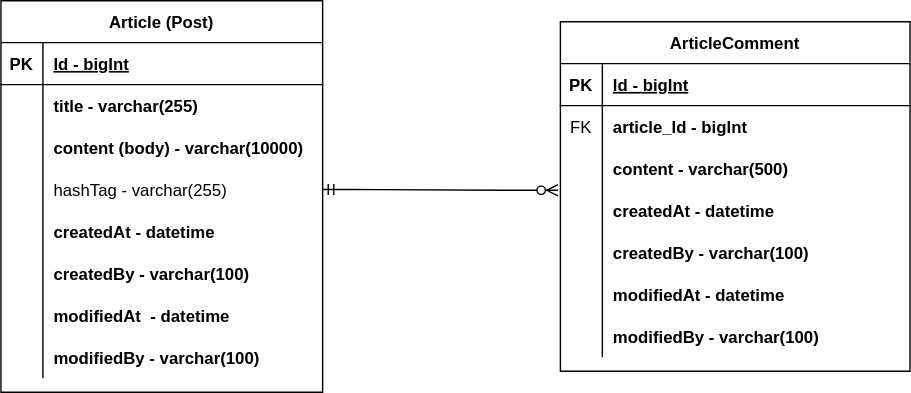
Earlier version of the draw.io export folder/projects/Course Project/Bulletin board service/document/project-board-erd.svg (myprinciples40/MyPortfolio). Source tidied: cells renumbered, new cells last; positions are measured from the earlier drawing's top-left corner, leaving out a move shared by most shapes.
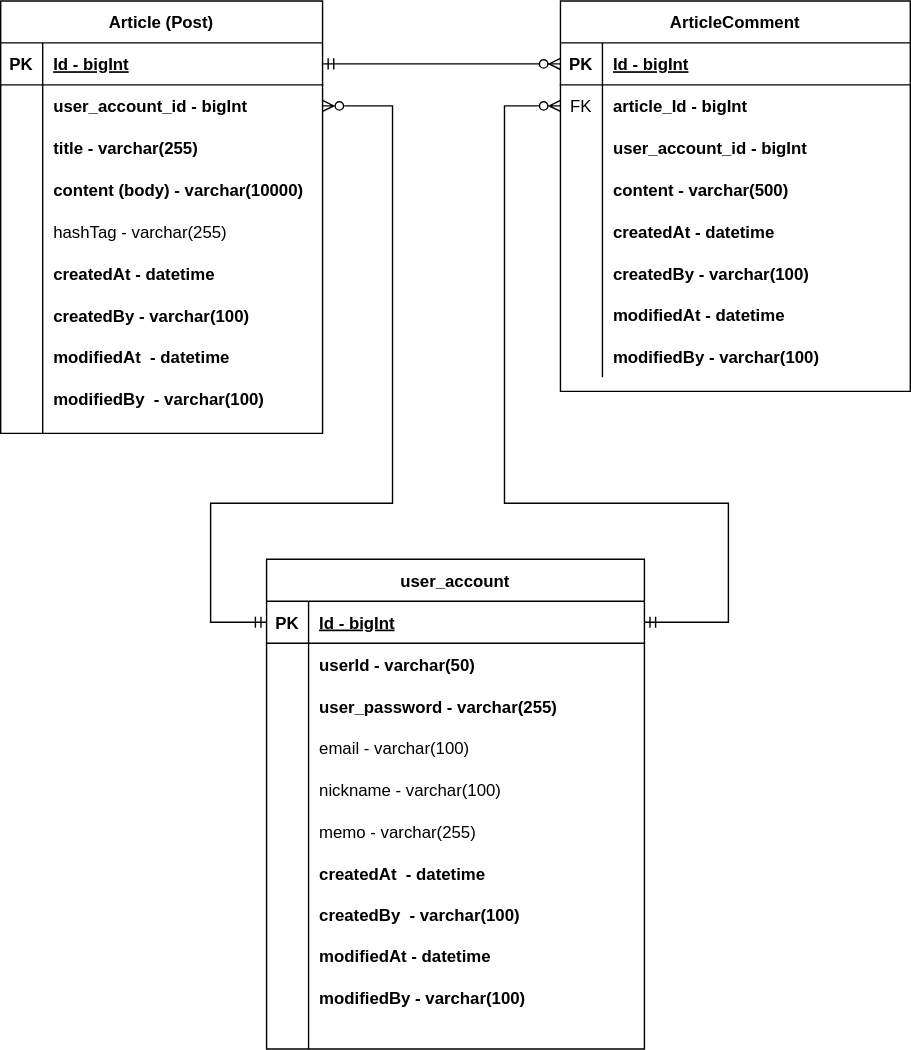
Above is the later version.

Change to the diagram source:
```diff
@@ -2,11 +2,11 @@
   <root>
     <mxCell id="0" />
     <mxCell id="1" parent="0" />
-    <mxCell id="2" style="edgeStyle=entityRelationEdgeStyle;endArrow=ERzeroToMany;startArrow=ERmandOne;endFill=1;startFill=0;exitX=1;exitY=0.5;exitDx=0;exitDy=0;entryX=-0.007;entryY=1.019;entryDx=0;entryDy=0;entryPerimeter=0;" parent="1" edge="1" source="35" target="10">
+    <mxCell id="2" style="edgeStyle=entityRelationEdgeStyle;endArrow=ERzeroToMany;startArrow=ERmandOne;endFill=1;startFill=0;exitX=1;exitY=0.5;exitDx=0;exitDy=0;entryX=0;entryY=0.5;entryDx=0;entryDy=0;" parent="1" edge="1" source="26" target="4">
       <mxGeometry relative="1" as="geometry" />
     </mxCell>
     <mxCell id="3" value="ArticleComment" style="shape=table;startSize=30;rowLines=0;fontStyle=1;align=center;" parent="1" vertex="1">
-      <mxGeometry x="400" y="15" width="250" height="250" as="geometry" />
+      <mxGeometry x="400" y="-39" width="250" height="279" as="geometry" />
     </mxCell>
     <mxCell id="4" style="shape=partialRectangle;fillColor=none;points=[[0,0.5],[1,0.5]];portConstraint=eastwest;top=0;left=0;right=0;bottom=1;" parent="3" vertex="1">
       <mxGeometry y="30" width="250" height="30" as="geometry" />
@@ -32,7 +32,7 @@
     <mxCell id="11" style="shape=partialRectangle;overflow=hidden;fillColor=none;top=0;left=0;bottom=0;right=0;" parent="10" vertex="1">
       <mxGeometry width="30" height="30" as="geometry" />
     </mxCell>
-    <mxCell id="12" value="content - varchar(500)" style="shape=partialRectangle;overflow=hidden;fillColor=none;top=0;left=0;bottom=0;right=0;align=left;spacingLeft=6;fontStyle=1;" parent="10" vertex="1">
+    <mxCell id="12" value="user_account_id - bigInt" style="shape=partialRectangle;overflow=hidden;fillColor=none;top=0;left=0;bottom=0;right=0;align=left;spacingLeft=6;fontStyle=1;" parent="10" vertex="1">
       <mxGeometry x="30" width="220" height="30" as="geometry" />
     </mxCell>
     <mxCell id="13" style="shape=partialRectangle;fillColor=none;top=0;left=0;right=0;bottom=0;fontStyle=1;" parent="3" vertex="1">
@@ -41,7 +41,7 @@
     <mxCell id="14" style="shape=partialRectangle;overflow=hidden;fillColor=none;top=0;left=0;bottom=0;right=0;" parent="13" vertex="1">
       <mxGeometry width="30" height="30" as="geometry" />
     </mxCell>
-    <mxCell id="15" value="createdAt - datetime" style="shape=partialRectangle;overflow=hidden;fillColor=none;top=0;left=0;bottom=0;right=0;align=left;spacingLeft=6;fontStyle=1;" parent="13" vertex="1">
+    <mxCell id="15" value="content - varchar(500)" style="shape=partialRectangle;overflow=hidden;fillColor=none;top=0;left=0;bottom=0;right=0;align=left;spacingLeft=6;fontStyle=1;" parent="13" vertex="1">
       <mxGeometry x="30" width="220" height="30" as="geometry" />
     </mxCell>
     <mxCell id="16" style="shape=partialRectangle;fillColor=none;top=0;left=0;right=0;bottom=0;fontStyle=1;" parent="3" vertex="1">
@@ -50,7 +50,7 @@
     <mxCell id="17" style="shape=partialRectangle;overflow=hidden;fillColor=none;top=0;left=0;bottom=0;right=0;" parent="16" vertex="1">
       <mxGeometry width="30" height="30" as="geometry" />
     </mxCell>
-    <mxCell id="18" value="createdBy - varchar(100)" style="shape=partialRectangle;overflow=hidden;fillColor=none;top=0;left=0;bottom=0;right=0;align=left;spacingLeft=6;fontStyle=1;" parent="16" vertex="1">
+    <mxCell id="18" value="createdAt - datetime" style="shape=partialRectangle;overflow=hidden;fillColor=none;top=0;left=0;bottom=0;right=0;align=left;spacingLeft=6;fontStyle=1;" parent="16" vertex="1">
       <mxGeometry x="30" width="220" height="30" as="geometry" />
     </mxCell>
     <mxCell id="19" style="shape=partialRectangle;fillColor=none;top=0;left=0;right=0;bottom=0;fontStyle=1;" parent="3" vertex="1">
@@ -59,20 +59,20 @@
     <mxCell id="20" style="shape=partialRectangle;overflow=hidden;fillColor=none;top=0;left=0;bottom=0;right=0;" parent="19" vertex="1">
       <mxGeometry width="30" height="30" as="geometry" />
     </mxCell>
-    <mxCell id="21" value="modifiedAt - datetime" style="shape=partialRectangle;overflow=hidden;fillColor=none;top=0;left=0;bottom=0;right=0;align=left;spacingLeft=6;fontStyle=1;" parent="19" vertex="1">
+    <mxCell id="21" value="createdBy - varchar(100)" style="shape=partialRectangle;overflow=hidden;fillColor=none;top=0;left=0;bottom=0;right=0;align=left;spacingLeft=6;fontStyle=1;" parent="19" vertex="1">
       <mxGeometry x="30" width="220" height="30" as="geometry" />
     </mxCell>
     <mxCell id="22" style="shape=partialRectangle;fillColor=none;top=0;left=0;right=0;bottom=0;fontStyle=1;" parent="3" vertex="1">
-      <mxGeometry y="210" width="250" height="30" as="geometry" />
+      <mxGeometry y="210" width="250" height="59" as="geometry" />
     </mxCell>
     <mxCell id="23" style="shape=partialRectangle;overflow=hidden;fillColor=none;top=0;left=0;bottom=0;right=0;" parent="22" vertex="1">
-      <mxGeometry width="30" height="30" as="geometry" />
+      <mxGeometry width="30" height="59" as="geometry" />
     </mxCell>
-    <mxCell id="24" value="modifiedBy - varchar(100)" style="shape=partialRectangle;overflow=hidden;fillColor=none;top=0;left=0;bottom=0;right=0;align=left;spacingLeft=6;fontStyle=1;" parent="22" vertex="1">
-      <mxGeometry x="30" width="220" height="30" as="geometry" />
+    <mxCell id="24" style="shape=partialRectangle;overflow=hidden;fillColor=none;top=0;left=0;bottom=0;right=0;align=left;spacingLeft=6;fontStyle=1;" parent="22" vertex="1">
+      <mxGeometry x="30" width="220" height="59" as="geometry" />
     </mxCell>
     <mxCell id="25" value="Article (Post)" style="shape=table;startSize=30;rowLines=0;fontStyle=1;align=center;" parent="1" vertex="1">
-      <mxGeometry width="230" height="280" as="geometry" />
+      <mxGeometry y="-39" width="230" height="309" as="geometry" />
     </mxCell>
     <mxCell id="26" style="shape=partialRectangle;fillColor=none;points=[[0,0.5],[1,0.5]];portConstraint=eastwest;top=0;left=0;right=0;bottom=1;" parent="25" vertex="1">
       <mxGeometry y="30" width="230" height="30" as="geometry" />
@@ -89,7 +89,7 @@
     <mxCell id="30" style="shape=partialRectangle;overflow=hidden;fillColor=none;top=0;left=0;bottom=0;right=0;" parent="29" vertex="1">
       <mxGeometry width="30" height="30" as="geometry" />
     </mxCell>
-    <mxCell id="31" value="title - varchar(255)" style="shape=partialRectangle;overflow=hidden;fillColor=none;top=0;left=0;bottom=0;right=0;align=left;spacingLeft=6;fontStyle=1;" parent="29" vertex="1">
+    <mxCell id="31" value="user_account_id - bigInt" style="shape=partialRectangle;overflow=hidden;fillColor=none;top=0;left=0;bottom=0;right=0;align=left;spacingLeft=6;fontStyle=1;" parent="29" vertex="1">
       <mxGeometry x="30" width="200" height="30" as="geometry" />
     </mxCell>
     <mxCell id="32" style="shape=partialRectangle;fillColor=none;top=0;left=0;right=0;bottom=0;" parent="25" vertex="1">
@@ -98,7 +98,7 @@
     <mxCell id="33" style="shape=partialRectangle;overflow=hidden;fillColor=none;top=0;left=0;bottom=0;right=0;" parent="32" vertex="1">
       <mxGeometry width="30" height="30" as="geometry" />
     </mxCell>
-    <mxCell id="34" value="content (body) - varchar(10000)" style="shape=partialRectangle;overflow=hidden;fillColor=none;top=0;left=0;bottom=0;right=0;align=left;spacingLeft=6;fontStyle=1;" parent="32" vertex="1">
+    <mxCell id="34" value="title - varchar(255)" style="shape=partialRectangle;overflow=hidden;fillColor=none;top=0;left=0;bottom=0;right=0;align=left;spacingLeft=6;fontStyle=1;" parent="32" vertex="1">
       <mxGeometry x="30" width="200" height="30" as="geometry" />
     </mxCell>
     <mxCell id="35" style="shape=partialRectangle;fillColor=none;points=[[0,0.5],[1,0.5]];portConstraint=eastwest;top=0;left=0;right=0;bottom=0;fontStyle=1;" parent="25" vertex="1">
@@ -107,7 +107,7 @@
     <mxCell id="36" style="shape=partialRectangle;overflow=hidden;fillColor=none;top=0;left=0;bottom=0;right=0;" parent="35" vertex="1">
       <mxGeometry width="30" height="30" as="geometry" />
     </mxCell>
-    <mxCell id="37" value="hashTag - varchar(255)" style="shape=partialRectangle;overflow=hidden;fillColor=none;top=0;left=0;bottom=0;right=0;align=left;spacingLeft=6;fontStyle=0;" parent="35" vertex="1">
+    <mxCell id="37" value="content (body) - varchar(10000)" style="shape=partialRectangle;overflow=hidden;fillColor=none;top=0;left=0;bottom=0;right=0;align=left;spacingLeft=6;fontStyle=1;" parent="35" vertex="1">
       <mxGeometry x="30" width="200" height="30" as="geometry" />
     </mxCell>
     <mxCell id="38" style="shape=partialRectangle;fillColor=none;top=0;left=0;right=0;bottom=0;" parent="25" vertex="1">
@@ -116,7 +116,7 @@
     <mxCell id="39" style="shape=partialRectangle;overflow=hidden;fillColor=none;top=0;left=0;bottom=0;right=0;" parent="38" vertex="1">
       <mxGeometry width="30" height="30" as="geometry" />
     </mxCell>
-    <mxCell id="40" value="createdAt - datetime" style="shape=partialRectangle;overflow=hidden;fillColor=none;top=0;left=0;bottom=0;right=0;align=left;spacingLeft=6;fontStyle=1;" parent="38" vertex="1">
+    <mxCell id="40" value="hashTag - varchar(255)" style="shape=partialRectangle;overflow=hidden;fillColor=none;top=0;left=0;bottom=0;right=0;align=left;spacingLeft=6;fontStyle=0;" parent="38" vertex="1">
       <mxGeometry x="30" width="200" height="30" as="geometry" />
     </mxCell>
     <mxCell id="41" style="shape=partialRectangle;fillColor=none;top=0;left=0;right=0;bottom=0;" parent="25" vertex="1">
@@ -125,7 +125,7 @@
     <mxCell id="42" style="shape=partialRectangle;overflow=hidden;fillColor=none;top=0;left=0;bottom=0;right=0;" parent="41" vertex="1">
       <mxGeometry width="30" height="30" as="geometry" />
     </mxCell>
-    <mxCell id="43" value="createdBy - varchar(100)" style="shape=partialRectangle;overflow=hidden;fillColor=none;top=0;left=0;bottom=0;right=0;align=left;spacingLeft=6;fontStyle=1;" parent="41" vertex="1">
+    <mxCell id="43" value="createdAt - datetime" style="shape=partialRectangle;overflow=hidden;fillColor=none;top=0;left=0;bottom=0;right=0;align=left;spacingLeft=6;fontStyle=1;" parent="41" vertex="1">
       <mxGeometry x="30" width="200" height="30" as="geometry" />
     </mxCell>
     <mxCell id="44" style="shape=partialRectangle;fillColor=none;top=0;left=0;right=0;bottom=0;" parent="25" vertex="1">
@@ -134,17 +134,133 @@
     <mxCell id="45" style="shape=partialRectangle;overflow=hidden;fillColor=none;top=0;left=0;bottom=0;right=0;" parent="44" vertex="1">
       <mxGeometry width="30" height="30" as="geometry" />
     </mxCell>
-    <mxCell id="46" value="modifiedAt  - datetime" style="shape=partialRectangle;overflow=hidden;fillColor=none;top=0;left=0;bottom=0;right=0;align=left;spacingLeft=6;fontStyle=1;" parent="44" vertex="1">
+    <mxCell id="46" value="createdBy - varchar(100)" style="shape=partialRectangle;overflow=hidden;fillColor=none;top=0;left=0;bottom=0;right=0;align=left;spacingLeft=6;fontStyle=1;" parent="44" vertex="1">
       <mxGeometry x="30" width="200" height="30" as="geometry" />
     </mxCell>
     <mxCell id="47" style="shape=partialRectangle;fillColor=none;top=0;left=0;right=0;bottom=0;" parent="25" vertex="1">
-      <mxGeometry y="240" width="230" height="30" as="geometry" />
+      <mxGeometry y="240" width="230" height="69" as="geometry" />
     </mxCell>
     <mxCell id="48" style="shape=partialRectangle;overflow=hidden;fillColor=none;top=0;left=0;bottom=0;right=0;" parent="47" vertex="1">
-      <mxGeometry width="30" height="30" as="geometry" />
+      <mxGeometry width="30" height="69" as="geometry" />
     </mxCell>
-    <mxCell id="49" value="modifiedBy - varchar(100)" style="shape=partialRectangle;overflow=hidden;fillColor=none;top=0;left=0;bottom=0;right=0;align=left;spacingLeft=6;fontStyle=1;" parent="47" vertex="1">
-      <mxGeometry x="30" width="200" height="30" as="geometry" />
+    <mxCell id="49" style="shape=partialRectangle;overflow=hidden;fillColor=none;top=0;left=0;bottom=0;right=0;align=left;spacingLeft=6;fontStyle=1;" parent="47" vertex="1">
+      <mxGeometry x="30" width="200" height="69" as="geometry" />
     </mxCell>
+    <mxCell id="50" value="user_account" style="shape=table;startSize=30;rowLines=0;fontStyle=1;align=center;" parent="1" vertex="1">
+      <mxGeometry x="190" y="360" width="270" height="350" as="geometry" />
+    </mxCell>
+    <mxCell id="51" style="shape=partialRectangle;fillColor=none;points=[[0,0.5],[1,0.5]];portConstraint=eastwest;top=0;left=0;right=0;bottom=1;" parent="50" vertex="1">
+      <mxGeometry y="30" width="270" height="30" as="geometry" />
+    </mxCell>
+    <mxCell id="52" value="PK" style="shape=partialRectangle;overflow=hidden;fillColor=none;top=0;left=0;bottom=0;right=0;fontStyle=1;" parent="51" vertex="1">
+      <mxGeometry width="30" height="30" as="geometry" />
+    </mxCell>
+    <mxCell id="53" value="Id - bigInt" style="shape=partialRectangle;overflow=hidden;fillColor=none;top=0;left=0;bottom=0;right=0;align=left;spacingLeft=6;fontStyle=5;" parent="51" vertex="1">
+      <mxGeometry x="30" width="240" height="30" as="geometry" />
+    </mxCell>
+    <mxCell id="54" style="shape=partialRectangle;fillColor=none;top=0;left=0;right=0;bottom=0;" parent="50" vertex="1">
+      <mxGeometry y="60" width="270" height="30" as="geometry" />
+    </mxCell>
+    <mxCell id="55" style="shape=partialRectangle;overflow=hidden;fillColor=none;top=0;left=0;bottom=0;right=0;" parent="54" vertex="1">
+      <mxGeometry width="30" height="30" as="geometry" />
+    </mxCell>
+    <mxCell id="56" value="userId - varchar(50)" style="shape=partialRectangle;overflow=hidden;fillColor=none;top=0;left=0;bottom=0;right=0;align=left;spacingLeft=6;fontStyle=1;" parent="54" vertex="1">
+      <mxGeometry x="30" width="240" height="30" as="geometry" />
+    </mxCell>
+    <mxCell id="57" style="shape=partialRectangle;fillColor=none;top=0;left=0;right=0;bottom=0;" parent="50" vertex="1">
+      <mxGeometry y="90" width="270" height="30" as="geometry" />
+    </mxCell>
+    <mxCell id="58" style="shape=partialRectangle;overflow=hidden;fillColor=none;top=0;left=0;bottom=0;right=0;" parent="57" vertex="1">
+      <mxGeometry width="30" height="30" as="geometry" />
+    </mxCell>
+    <mxCell id="59" value="user_password - varchar(255)" style="shape=partialRectangle;overflow=hidden;fillColor=none;top=0;left=0;bottom=0;right=0;align=left;spacingLeft=6;fontStyle=1;" parent="57" vertex="1">
+      <mxGeometry x="30" width="240" height="30" as="geometry" />
+    </mxCell>
+    <mxCell id="60" style="shape=partialRectangle;fillColor=none;top=0;left=0;right=0;bottom=0;fontStyle=1;" parent="50" vertex="1">
+      <mxGeometry y="120" width="270" height="30" as="geometry" />
+    </mxCell>
+    <mxCell id="61" style="shape=partialRectangle;overflow=hidden;fillColor=none;top=0;left=0;bottom=0;right=0;" parent="60" vertex="1">
+      <mxGeometry width="30" height="30" as="geometry" />
+    </mxCell>
+    <mxCell id="62" value="email - varchar(100)" style="shape=partialRectangle;overflow=hidden;fillColor=none;top=0;left=0;bottom=0;right=0;align=left;spacingLeft=6;fontStyle=0;" parent="60" vertex="1">
+      <mxGeometry x="30" width="240" height="30" as="geometry" />
+    </mxCell>
+    <mxCell id="63" style="shape=partialRectangle;fillColor=none;top=0;left=0;right=0;bottom=0;" parent="50" vertex="1">
+      <mxGeometry y="150" width="270" height="30" as="geometry" />
+    </mxCell>
+    <mxCell id="64" style="shape=partialRectangle;overflow=hidden;fillColor=none;top=0;left=0;bottom=0;right=0;" parent="63" vertex="1">
+      <mxGeometry width="30" height="30" as="geometry" />
+    </mxCell>
+    <mxCell id="65" value="nickname - varchar(100)" style="shape=partialRectangle;overflow=hidden;fillColor=none;top=0;left=0;bottom=0;right=0;align=left;spacingLeft=6;fontStyle=0;" parent="63" vertex="1">
+      <mxGeometry x="30" width="240" height="30" as="geometry" />
+    </mxCell>
+    <mxCell id="66" style="shape=partialRectangle;fillColor=none;top=0;left=0;right=0;bottom=0;" parent="50" vertex="1">
+      <mxGeometry y="180" width="270" height="30" as="geometry" />
+    </mxCell>
+    <mxCell id="67" style="shape=partialRectangle;overflow=hidden;fillColor=none;top=0;left=0;bottom=0;right=0;" parent="66" vertex="1">
+      <mxGeometry width="30" height="30" as="geometry" />
+    </mxCell>
+    <mxCell id="68" value="memo - varchar(255)" style="shape=partialRectangle;overflow=hidden;fillColor=none;top=0;left=0;bottom=0;right=0;align=left;spacingLeft=6;fontStyle=0;" parent="66" vertex="1">
+      <mxGeometry x="30" width="240" height="30" as="geometry" />
+    </mxCell>
+    <mxCell id="69" style="shape=partialRectangle;fillColor=none;top=0;left=0;right=0;bottom=0;" parent="50" vertex="1">
+      <mxGeometry y="210" width="270" height="30" as="geometry" />
+    </mxCell>
+    <mxCell id="70" style="shape=partialRectangle;overflow=hidden;fillColor=none;top=0;left=0;bottom=0;right=0;" parent="69" vertex="1">
+      <mxGeometry width="30" height="30" as="geometry" />
+    </mxCell>
+    <mxCell id="71" value="createdAt  - datetime" style="shape=partialRectangle;overflow=hidden;fillColor=none;top=0;left=0;bottom=0;right=0;align=left;spacingLeft=6;fontStyle=1;" parent="69" vertex="1">
+      <mxGeometry x="30" width="240" height="30" as="geometry" />
+    </mxCell>
+    <mxCell id="72" style="shape=partialRectangle;fillColor=none;top=0;left=0;right=0;bottom=0;" parent="50" vertex="1">
+      <mxGeometry y="240" width="270" height="110" as="geometry" />
+    </mxCell>
+    <mxCell id="73" style="shape=partialRectangle;overflow=hidden;fillColor=none;top=0;left=0;bottom=0;right=0;" parent="72" vertex="1">
+      <mxGeometry width="30" height="110" as="geometry" />
+    </mxCell>
+    <mxCell id="74" style="shape=partialRectangle;overflow=hidden;fillColor=none;top=0;left=0;bottom=0;right=0;align=left;spacingLeft=6;fontStyle=1;" parent="72" vertex="1">
+      <mxGeometry x="30" width="240" height="110" as="geometry" />
+    </mxCell>
+    <mxCell id="75" value="createdBy  - varchar(100)" style="shape=partialRectangle;overflow=hidden;fillColor=none;top=0;left=0;bottom=0;right=0;align=left;spacingLeft=6;fontStyle=1;" parent="1" vertex="1">
+      <mxGeometry x="220" y="599" width="260" height="30" as="geometry" />
+    </mxCell>
+    <mxCell id="76" value="modifiedAt - datetime" style="shape=partialRectangle;overflow=hidden;fillColor=none;top=0;left=0;bottom=0;right=0;align=left;spacingLeft=6;fontStyle=1;" parent="1" vertex="1">
+      <mxGeometry x="220" y="628" width="260" height="30" as="geometry" />
+    </mxCell>
+    <mxCell id="77" value="modifiedBy - varchar(100)" style="shape=partialRectangle;overflow=hidden;fillColor=none;top=0;left=0;bottom=0;right=0;align=left;spacingLeft=6;fontStyle=1;" parent="1" vertex="1">
+      <mxGeometry x="220" y="658" width="260" height="30" as="geometry" />
+    </mxCell>
+    <mxCell id="78" value="modifiedAt  - datetime" style="shape=partialRectangle;overflow=hidden;fillColor=none;top=0;left=0;bottom=0;right=0;align=left;spacingLeft=6;fontStyle=1;" parent="1" vertex="1">
+      <mxGeometry x="30" y="200" width="200" height="30" as="geometry" />
+    </mxCell>
+    <mxCell id="79" value="modifiedBy  - varchar(100)" style="shape=partialRectangle;overflow=hidden;fillColor=none;top=0;left=0;bottom=0;right=0;align=left;spacingLeft=6;fontStyle=1;" parent="1" vertex="1">
+      <mxGeometry x="30" y="230" width="200" height="30" as="geometry" />
+    </mxCell>
+    <mxCell id="80" style="edgeStyle=orthogonalEdgeStyle;rounded=0;jettySize=auto;html=1;exitX=0;exitY=0.5;exitDx=0;exitDy=0;entryX=1;entryY=0.5;entryDx=0;entryDy=0;startArrow=ERmandOne;startFill=0;endArrow=ERzeroToMany;endFill=0;" parent="1" edge="1" source="51" target="29">
+      <mxGeometry relative="1" as="geometry">
+        <Array as="points">
+          <mxPoint x="150" y="405" />
+          <mxPoint x="150" y="320" />
+          <mxPoint x="280" y="320" />
+          <mxPoint x="280" y="36" />
+        </Array>
+      </mxGeometry>
+    </mxCell>
+    <mxCell id="81" value="modifiedAt - datetime" style="shape=partialRectangle;overflow=hidden;fillColor=none;top=0;left=0;bottom=0;right=0;align=left;spacingLeft=6;fontStyle=1;" parent="1" vertex="1">
+      <mxGeometry x="430" y="170" width="220" height="30" as="geometry" />
+    </mxCell>
+    <mxCell id="82" value="modifiedBy - varchar(100)" style="shape=partialRectangle;overflow=hidden;fillColor=none;top=0;left=0;bottom=0;right=0;align=left;spacingLeft=6;fontStyle=1;" parent="1" vertex="1">
+      <mxGeometry x="430" y="200" width="220" height="30" as="geometry" />
+    </mxCell>
+    <mxCell id="83" style="edgeStyle=orthogonalEdgeStyle;rounded=0;jettySize=auto;html=1;exitX=1;exitY=0.5;exitDx=0;exitDy=0;entryX=0;entryY=0.5;entryDx=0;entryDy=0;endArrow=ERzeroToMany;endFill=0;startArrow=ERmandOne;startFill=0;" parent="1" edge="1" source="51" target="7">
+      <mxGeometry relative="1" as="geometry">
+        <Array as="points">
+          <mxPoint x="520" y="405" />
+          <mxPoint x="520" y="320" />
+          <mxPoint x="360" y="320" />
+          <mxPoint x="360" y="36" />
+        </Array>
+      </mxGeometry>
+    </mxCell>
   </root>
 </mxGraphModel>
```
